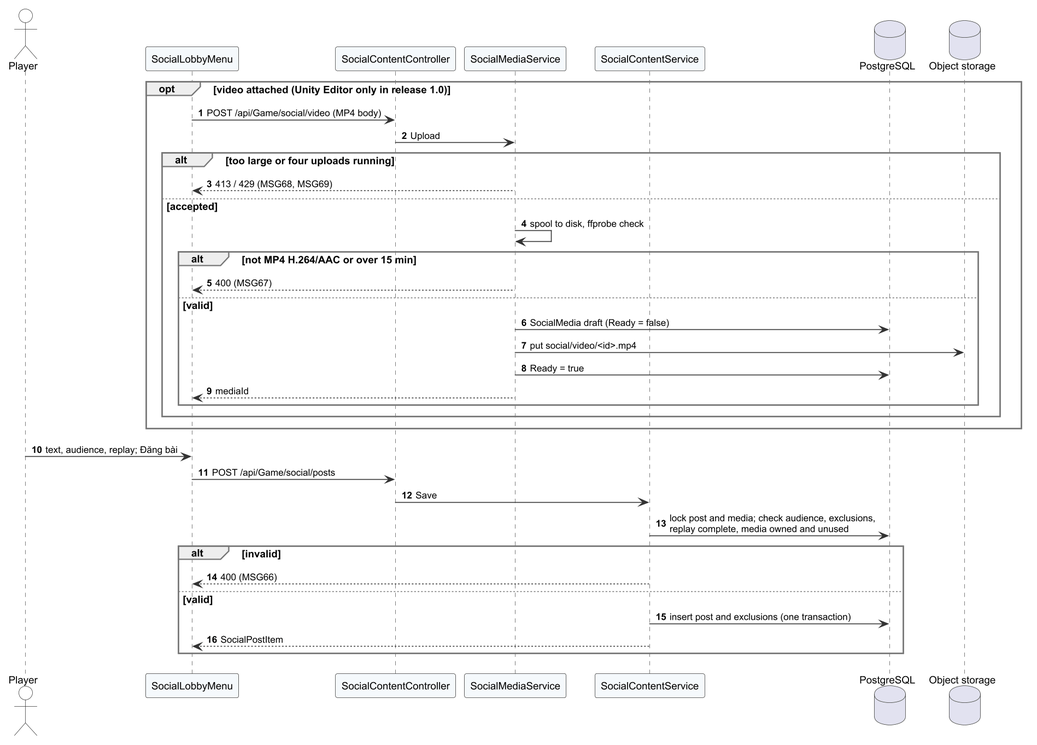
Tad-Min/PickleVerse keeps this PlantUML diagram as Doc/Project_report/Report/diagrams/png/r4_seq_social_post.png. Above is the earlier version.
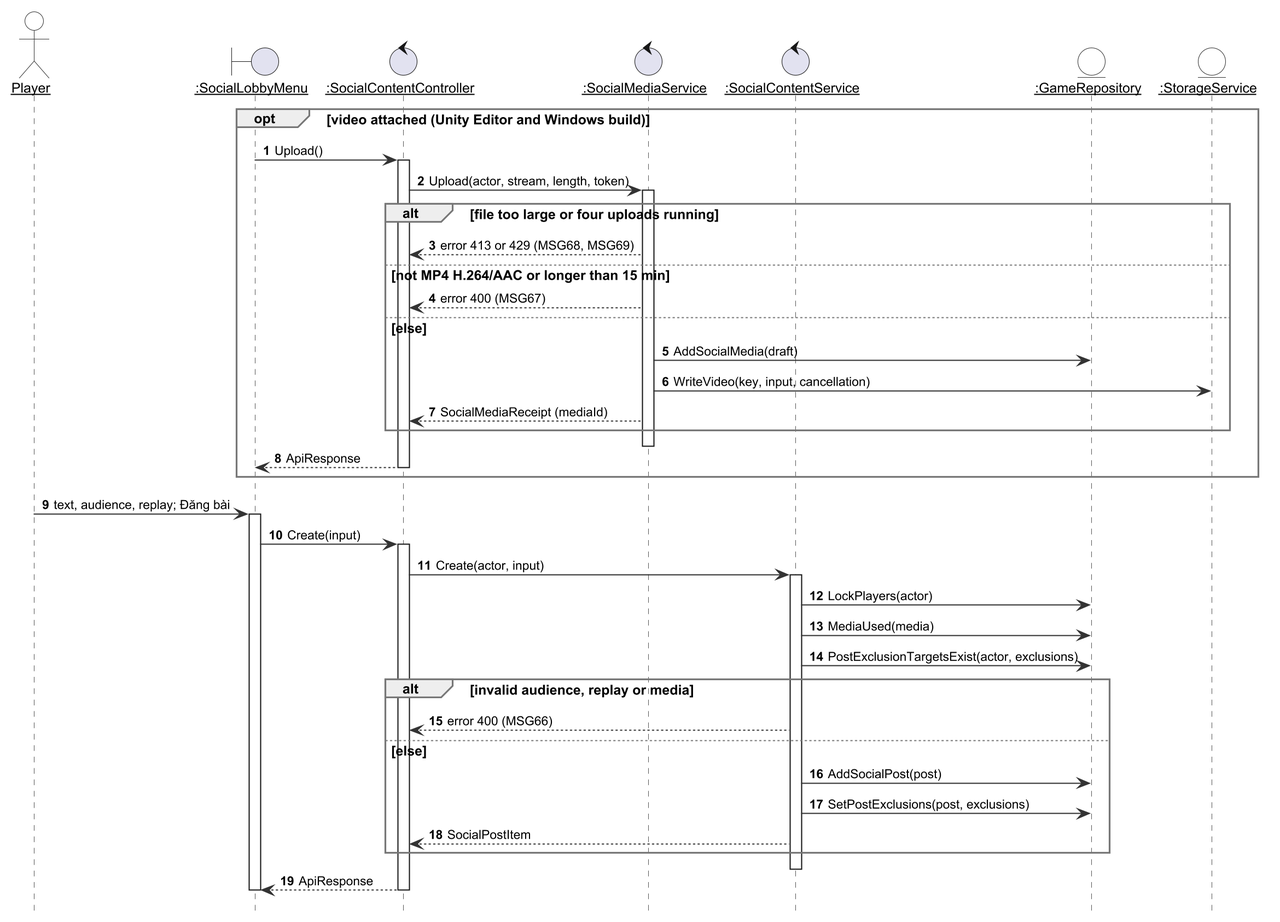
The same file after the commit.

Diff of the diagram source:
```diff
@@ -2,39 +2,52 @@
 !include _style.iuml
 autonumber
 skinparam responseMessageBelowArrow true
+skinparam sequenceParticipant underline
+hide footbox
 
 actor Player
-participant "SocialLobbyMenu" as UI
-participant "SocialContentController" as C
-participant "SocialMediaService" as M
-participant "SocialContentService" as S
-database "PostgreSQL" as DB
-database "Object storage" as S3
-opt video attached (Unity Editor only in release 1.0)
-  UI -> C : POST /api/Game/social/video (MP4 body)
-  C -> M : Upload
-  alt too large or four uploads running
-    M --> UI : 413 / 429 (MSG68, MSG69)
-  else accepted
-    M -> M : spool to disk, ffprobe check
-    alt not MP4 H.264/AAC or over 15 min
-      M --> UI : 400 (MSG67)
-    else valid
-      M -> DB : SocialMedia draft (Ready = false)
-      M -> S3 : put social/video/<id>.mp4
-      M -> DB : Ready = true
-      M --> UI : mediaId
-    end
+boundary ":SocialLobbyMenu" as UI
+control ":SocialContentController" as C
+control ":SocialMediaService" as M
+control ":SocialContentService" as S
+entity ":GameRepository" as G
+entity ":StorageService" as S3
+opt video attached (Unity Editor and Windows build)
+  UI -> C : Upload()
+  activate C
+  C -> M : Upload(actor, stream, length, token)
+  activate M
+  alt file too large or four uploads running
+    M --> C : error 413 or 429 (MSG68, MSG69)
+  else not MP4 H.264/AAC or longer than 15 min
+    M --> C : error 400 (MSG67)
+  else else
+    M -> G : AddSocialMedia(draft)
+    M -> S3 : WriteVideo(key, input, cancellation)
+    M --> C : SocialMediaReceipt (mediaId)
   end
+  deactivate M
+  C --> UI : ApiResponse
+  deactivate C
 end
 Player -> UI : text, audience, replay; Đăng bài
-UI -> C : POST /api/Game/social/posts
-C -> S : Save
-S -> DB : lock post and media; check audience, exclusions,\nreplay complete, media owned and unused
-alt invalid
-  S --> UI : 400 (MSG66)
-else valid
-  S -> DB : insert post and exclusions (one transaction)
-  S --> UI : SocialPostItem
+activate UI
+UI -> C : Create(input)
+activate C
+C -> S : Create(actor, input)
+activate S
+S -> G : LockPlayers(actor)
+S -> G : MediaUsed(media)
+S -> G : PostExclusionTargetsExist(actor, exclusions)
+alt invalid audience, replay or media
+  S --> C : error 400 (MSG66)
+else else
+  S -> G : AddSocialPost(post)
+  S -> G : SetPostExclusions(post, exclusions)
+  S --> C : SocialPostItem
 end
+deactivate S
+C --> UI : ApiResponse
+deactivate C
+deactivate UI
 @enduml
```
